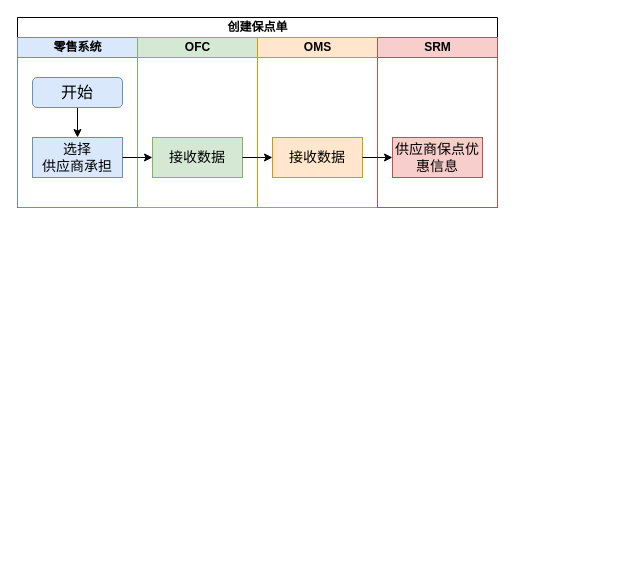
This is 保点单.drawio from jiangtao2048/diagrams, a draw.io file, before an edit. Source tidied: cells renumbered, new cells numbered last; positions are measured from the earlier drawing's top-left corner, leaving out a move shared by most shapes. Both pictures are drawn from the tidied source at 100%, with x=0, y=0 at pixel (17, 17).
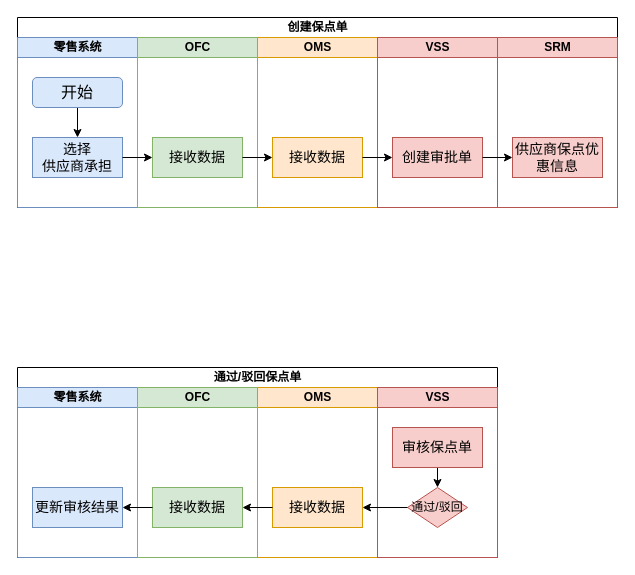
The same diagram, later.

Commit message:
更新保点单.drawio

Change to the diagram source:
```diff
@@
     <mxCell id="2" value="创建保点单" style="swimlane;startSize=20;html=1;" parent="1" vertex="1">
-      <mxGeometry width="480" height="190" as="geometry" />
+      <mxGeometry width="600" height="190" as="geometry" />
     </mxCell>
@@
-    <mxCell id="11" value="SRM" style="swimlane;startSize=20;html=1;fillColor=#f8cecc;strokeColor=#b85450;" parent="2" vertex="1">
+    <mxCell id="11" value="VSS" style="swimlane;startSize=20;html=1;fillColor=#f8cecc;strokeColor=#b85450;" parent="2" vertex="1">
       <mxGeometry x="360" y="20" width="120" height="170" as="geometry" />
     </mxCell>
-    <mxCell id="12" value="&lt;span style=&quot;font-size: 14px;&quot;&gt;供应商保点优惠信息&lt;/span&gt;" style="rounded=0;whiteSpace=wrap;html=1;fillColor=#f8cecc;strokeColor=#b85450;" parent="11" vertex="1">
+    <mxCell id="12" value="&lt;span style=&quot;font-size: 14px;&quot;&gt;创建审批单&lt;/span&gt;" style="rounded=0;whiteSpace=wrap;html=1;fillColor=#f8cecc;strokeColor=#b85450;" parent="11" vertex="1">
       <mxGeometry x="15" y="100" width="90" height="40" as="geometry" />
     </mxCell>
+    <mxCell id="16" value="SRM" style="swimlane;startSize=20;html=1;fillColor=#f8cecc;strokeColor=#b85450;" parent="2" vertex="1">
+      <mxGeometry x="480" y="20" width="120" height="170" as="geometry" />
+    </mxCell>
+    <mxCell id="17" value="&lt;span style=&quot;font-size: 14px;&quot;&gt;供应商保点优惠信息&lt;/span&gt;" style="rounded=0;whiteSpace=wrap;html=1;fillColor=#f8cecc;strokeColor=#b85450;" parent="16" vertex="1">
+      <mxGeometry x="15" y="100" width="90" height="40" as="geometry" />
+    </mxCell>
@@
+    <mxCell id="18" style="edgeStyle=orthogonalEdgeStyle;rounded=0;jettySize=auto;html=1;exitX=1;exitY=0.5;exitDx=0;exitDy=0;" parent="2" edge="1" source="12" target="17">
+      <mxGeometry relative="1" as="geometry" />
+    </mxCell>
+    <mxCell id="19" value="通过/驳回保点单" style="swimlane;startSize=20;html=1;" parent="1" vertex="1">
+      <mxGeometry y="350" width="480" height="190" as="geometry" />
+    </mxCell>
+    <mxCell id="20" value="零售系统" style="swimlane;startSize=20;html=1;fillColor=#dae8fc;strokeColor=#6c8ebf;" parent="19" vertex="1">
+      <mxGeometry y="20" width="120" height="170" as="geometry" />
+    </mxCell>
+    <mxCell id="21" value="&lt;span style=&quot;font-size: 14px;&quot;&gt;更新审核结果&lt;/span&gt;" style="rounded=0;whiteSpace=wrap;html=1;fillColor=#dae8fc;strokeColor=#6c8ebf;" parent="20" vertex="1">
+      <mxGeometry x="15" y="100" width="90" height="40" as="geometry" />
+    </mxCell>
+    <mxCell id="22" value="OFC" style="swimlane;startSize=20;html=1;fillColor=#d5e8d4;strokeColor=#82b366;" parent="19" vertex="1">
+      <mxGeometry x="120" y="20" width="120" height="170" as="geometry" />
+    </mxCell>
+    <mxCell id="23" value="&lt;span style=&quot;font-size: 14px;&quot;&gt;接收数据&lt;/span&gt;" style="rounded=0;whiteSpace=wrap;html=1;fillColor=#d5e8d4;strokeColor=#82b366;" parent="22" vertex="1">
+      <mxGeometry x="15" y="100" width="90" height="40" as="geometry" />
+    </mxCell>
+    <mxCell id="24" value="OMS" style="swimlane;startSize=20;html=1;fillColor=#ffe6cc;strokeColor=#d79b00;" parent="19" vertex="1">
+      <mxGeometry x="240" y="20" width="120" height="170" as="geometry" />
+    </mxCell>
+    <mxCell id="25" value="&lt;span style=&quot;font-size: 14px;&quot;&gt;接收数据&lt;/span&gt;" style="rounded=0;whiteSpace=wrap;html=1;fillColor=#ffe6cc;strokeColor=#d79b00;" parent="24" vertex="1">
+      <mxGeometry x="15" y="100" width="90" height="40" as="geometry" />
+    </mxCell>
+    <mxCell id="26" value="VSS" style="swimlane;startSize=20;html=1;fillColor=#f8cecc;strokeColor=#b85450;" parent="19" vertex="1">
+      <mxGeometry x="360" y="20" width="120" height="170" as="geometry" />
+    </mxCell>
+    <mxCell id="27" style="edgeStyle=orthogonalEdgeStyle;rounded=0;jettySize=auto;html=1;exitX=0.5;exitY=1;exitDx=0;exitDy=0;entryX=0.5;entryY=0;entryDx=0;entryDy=0;" parent="26" edge="1" source="28" target="29">
+      <mxGeometry relative="1" as="geometry" />
+    </mxCell>
+    <mxCell id="28" value="&lt;span style=&quot;font-size: 14px;&quot;&gt;审核保点单&lt;/span&gt;" style="rounded=0;whiteSpace=wrap;html=1;fillColor=#f8cecc;strokeColor=#b85450;" parent="26" vertex="1">
+      <mxGeometry x="15" y="40" width="90" height="40" as="geometry" />
+    </mxCell>
+    <mxCell id="29" value="通过/驳回" style="rhombus;whiteSpace=wrap;html=1;fillColor=#f8cecc;strokeColor=#b85450;" parent="26" vertex="1">
+      <mxGeometry x="30" y="100" width="60" height="40" as="geometry" />
+    </mxCell>
+    <mxCell id="30" style="edgeStyle=orthogonalEdgeStyle;rounded=0;jettySize=auto;html=1;exitX=0;exitY=0.5;exitDx=0;exitDy=0;" parent="19" edge="1" source="29" target="25">
+      <mxGeometry relative="1" as="geometry" />
+    </mxCell>
+    <mxCell id="31" style="edgeStyle=orthogonalEdgeStyle;rounded=0;jettySize=auto;html=1;exitX=0;exitY=0.5;exitDx=0;exitDy=0;" parent="19" edge="1" source="25" target="23">
+      <mxGeometry relative="1" as="geometry" />
+    </mxCell>
+    <mxCell id="32" style="edgeStyle=orthogonalEdgeStyle;rounded=0;jettySize=auto;html=1;exitX=0;exitY=0.5;exitDx=0;exitDy=0;" parent="19" edge="1" source="23" target="21">
+      <mxGeometry relative="1" as="geometry" />
+    </mxCell>
```
